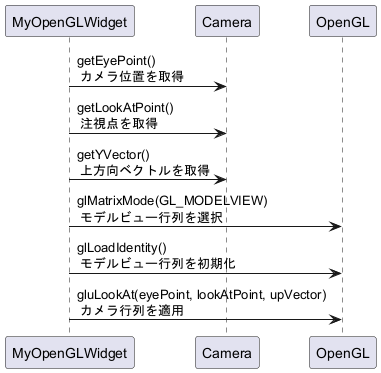
Above: html/inline_umlgraph_14.png in ChihiroYamashita/cg-repo (PlantUML), before the change. Its diagram source:
```plantuml
@startuml inline_umlgraph_14.png
MyOpenGLWidget -> Camera : getEyePoint()\n カメラ位置を取得
MyOpenGLWidget -> Camera : getLookAtPoint()\n 注視点を取得
MyOpenGLWidget -> Camera : getYVector()\n 上方向ベクトルを取得
MyOpenGLWidget -> OpenGL : glMatrixMode(GL_MODELVIEW)\n モデルビュー行列を選択
MyOpenGLWidget -> OpenGL : glLoadIdentity()\n モデルビュー行列を初期化
MyOpenGLWidget -> OpenGL : gluLookAt(eyePoint, lookAtPoint, upVector)\n カメラ行列を適用
@enduml
```
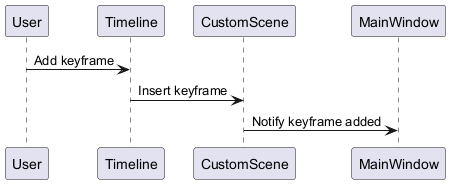
The same file after the commit.

What changed in the source:
```diff
@@ -1,8 +1,5 @@
 @startuml inline_umlgraph_14.png
-MyOpenGLWidget -> Camera : getEyePoint()\n カメラ位置を取得
-MyOpenGLWidget -> Camera : getLookAtPoint()\n 注視点を取得
-MyOpenGLWidget -> Camera : getYVector()\n 上方向ベクトルを取得
-MyOpenGLWidget -> OpenGL : glMatrixMode(GL_MODELVIEW)\n モデルビュー行列を選択
-MyOpenGLWidget -> OpenGL : glLoadIdentity()\n モデルビュー行列を初期化
-MyOpenGLWidget -> OpenGL : gluLookAt(eyePoint, lookAtPoint, upVector)\n カメラ行列を適用
+User -> Timeline : Add keyframe
+Timeline -> CustomScene : Insert keyframe
+CustomScene -> MainWindow : Notify keyframe added
 @enduml
```
